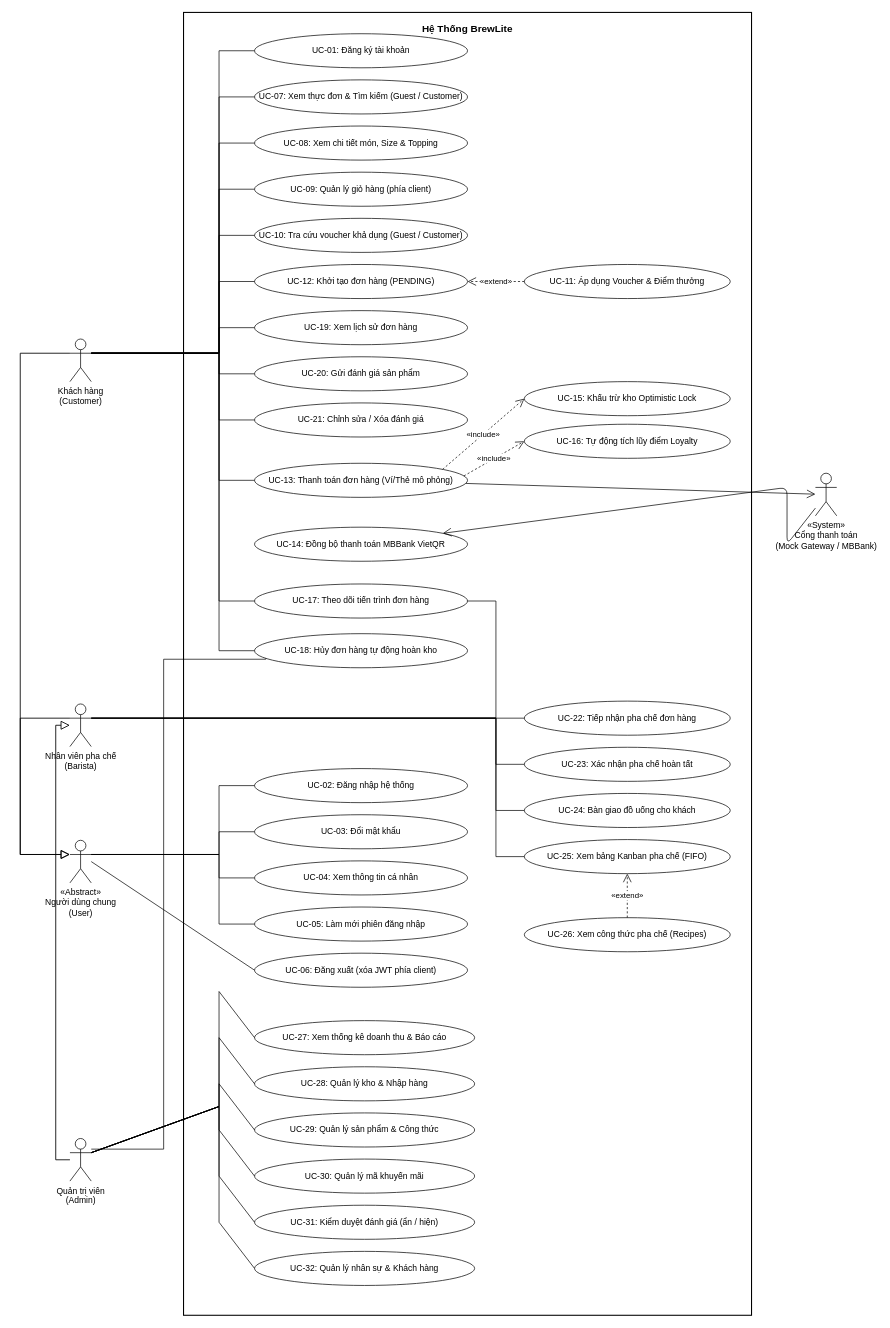
Earlier version of the draw.io diagram docs/diagrams/usecases/01-usecase-overall.drawio (hanhdevsgu/BrewLite-Assignment2). Source tidied: cells renumbered, new cells numbered last; positions are measured from the earlier drawing's top-left corner, leaving out a move shared by most shapes. Both pictures are drawn from the tidied source at 71%, with x=0, y=0 at pixel (20, 12).
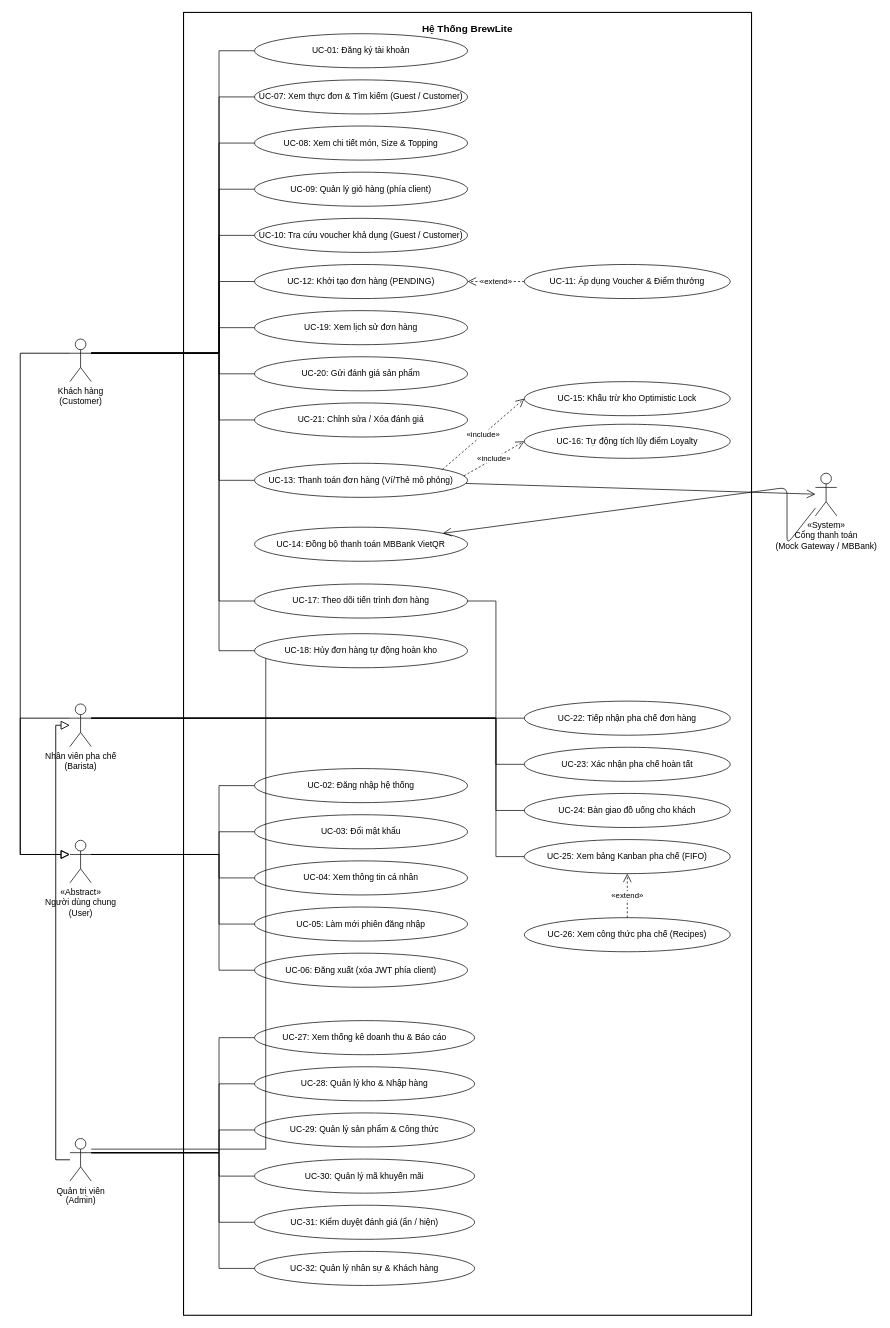
After the change.

Commit message (it also covers changes not shown here):
fix(usecase): align Admin bus waypoints and UC-06 bus in Usecase 01

Unchanged cells that the change refers to:
```xml
<mxCell id="5" value="«Abstract»&lt;br&gt;Người dùng chung&lt;br&gt;(User)" style="shape=umlActor;verticalLabelPosition=bottom;verticalAlign=top;html=1;outlineConnect=0;fillColor=#ffffff;strokeColor=#000000;fontSize=12;" parent="1" vertex="1">
  <mxGeometry x="70" y="1166" width="30" height="60" as="geometry" />
</mxCell>
<mxCell id="6" value="Quản trị viên&lt;br&gt;(Admin)" style="shape=umlActor;verticalLabelPosition=bottom;verticalAlign=top;html=1;outlineConnect=0;fillColor=#ffffff;strokeColor=#000000;fontSize=12;" parent="1" vertex="1">
  <mxGeometry x="70" y="1586" width="30" height="60" as="geometry" />
</mxCell>
<mxCell id="20" value="UC-18: Hủy đơn hàng tự động hoàn kho" style="ellipse;whiteSpace=wrap;html=1;fillColor=#ffffff;strokeColor=#000000;fontSize=12;" parent="1" vertex="1">
  <mxGeometry x="330" y="875" width="300" height="48" as="geometry" />
</mxCell>
<mxCell id="33" value="UC-27: Xem thống kê doanh thu &amp; Báo cáo" style="ellipse;whiteSpace=wrap;html=1;fillColor=#ffffff;strokeColor=#000000;fontSize=12;" parent="1" vertex="1">
  <mxGeometry x="330" y="1420" width="310" height="48" as="geometry" />
</mxCell>
<mxCell id="34" value="UC-28: Quản lý kho &amp; Nhập hàng" style="ellipse;whiteSpace=wrap;html=1;fillColor=#ffffff;strokeColor=#000000;fontSize=12;" parent="1" vertex="1">
  <mxGeometry x="330" y="1485" width="310" height="48" as="geometry" />
</mxCell>
<mxCell id="35" value="UC-29: Quản lý sản phẩm &amp; Công thức" style="ellipse;whiteSpace=wrap;html=1;fillColor=#ffffff;strokeColor=#000000;fontSize=12;" parent="1" vertex="1">
  <mxGeometry x="330" y="1550" width="310" height="48" as="geometry" />
</mxCell>
<mxCell id="36" value="UC-30: Quản lý mã khuyến mãi" style="ellipse;whiteSpace=wrap;html=1;fillColor=#ffffff;strokeColor=#000000;fontSize=12;" parent="1" vertex="1">
  <mxGeometry x="330" y="1615" width="310" height="48" as="geometry" />
</mxCell>
<mxCell id="37" value="UC-31: Kiểm duyệt đánh giá (ẩn / hiện)" style="ellipse;whiteSpace=wrap;html=1;fillColor=#ffffff;strokeColor=#000000;fontSize=12;" parent="1" vertex="1">
  <mxGeometry x="330" y="1680" width="310" height="48" as="geometry" />
</mxCell>
<mxCell id="38" value="UC-32: Quản lý nhân sự &amp; Khách hàng" style="ellipse;whiteSpace=wrap;html=1;fillColor=#ffffff;strokeColor=#000000;fontSize=12;" parent="1" vertex="1">
  <mxGeometry x="330" y="1745" width="310" height="48" as="geometry" />
</mxCell>
<mxCell id="75" value="UC-06: Đăng xuất (xóa JWT phía client)" style="ellipse;whiteSpace=wrap;html=1;fillColor=#ffffff;strokeColor=#000000;fontSize=12;" parent="1" vertex="1">
  <mxGeometry x="330" y="1325" width="300" height="48" as="geometry" />
</mxCell>
```

The edit, as a diff of the source:
```diff
@@
     <mxCell id="60" style="endArrow=none;html=1;rounded=0;strokeColor=#000000;strokeWidth=1;exitX=1;exitY=0.3333;exitDx=0;exitDy=0;exitPerimeter=0;entryX=0;entryY=0.5;entryDx=0;entryDy=0;entryPerimeter=0;" parent="1" edge="1" source="6" target="33">
       <mxGeometry relative="1" as="geometry">
         <Array as="points">
-          <mxPoint x="280" y="1541" />
-          <mxPoint x="280" y="1379" />
+          <mxPoint x="280" y="1606" />
+          <mxPoint x="280" y="1444" />
         </Array>
       </mxGeometry>
     </mxCell>
     <mxCell id="61" style="endArrow=none;html=1;rounded=0;strokeColor=#000000;strokeWidth=1;exitX=1;exitY=0.3333;exitDx=0;exitDy=0;exitPerimeter=0;entryX=0;entryY=0.5;entryDx=0;entryDy=0;entryPerimeter=0;" parent="1" edge="1" source="6" target="34">
       <mxGeometry relative="1" as="geometry">
         <Array as="points">
-          <mxPoint x="280" y="1541" />
-          <mxPoint x="280" y="1444" />
+          <mxPoint x="280" y="1606" />
+          <mxPoint x="280" y="1509" />
         </Array>
       </mxGeometry>
     </mxCell>
     <mxCell id="62" style="endArrow=none;html=1;rounded=0;strokeColor=#000000;strokeWidth=1;exitX=1;exitY=0.3333;exitDx=0;exitDy=0;exitPerimeter=0;entryX=0;entryY=0.5;entryDx=0;entryDy=0;entryPerimeter=0;" parent="1" edge="1" source="6" target="35">
       <mxGeometry relative="1" as="geometry">
         <Array as="points">
-          <mxPoint x="280" y="1541" />
-          <mxPoint x="280" y="1509" />
+          <mxPoint x="280" y="1606" />
+          <mxPoint x="280" y="1574" />
         </Array>
       </mxGeometry>
     </mxCell>
     <mxCell id="63" style="endArrow=none;html=1;rounded=0;strokeColor=#000000;strokeWidth=1;exitX=1;exitY=0.3333;exitDx=0;exitDy=0;exitPerimeter=0;entryX=0;entryY=0.5;entryDx=0;entryDy=0;entryPerimeter=0;" parent="1" edge="1" source="6" target="36">
       <mxGeometry relative="1" as="geometry">
         <Array as="points">
-          <mxPoint x="280" y="1541" />
-          <mxPoint x="280" y="1574" />
+          <mxPoint x="280" y="1606" />
+          <mxPoint x="280" y="1639" />
         </Array>
       </mxGeometry>
     </mxCell>
     <mxCell id="64" style="endArrow=none;html=1;rounded=0;strokeColor=#000000;strokeWidth=1;exitX=1;exitY=0.3333;exitDx=0;exitDy=0;exitPerimeter=0;entryX=0;entryY=0.5;entryDx=0;entryDy=0;entryPerimeter=0;" parent="1" edge="1" source="6" target="37">
       <mxGeometry relative="1" as="geometry">
         <Array as="points">
-          <mxPoint x="280" y="1541" />
-          <mxPoint x="280" y="1639" />
+          <mxPoint x="280" y="1606" />
+          <mxPoint x="280" y="1704" />
         </Array>
       </mxGeometry>
     </mxCell>
     <mxCell id="65" style="endArrow=none;html=1;rounded=0;strokeColor=#000000;strokeWidth=1;exitX=1;exitY=0.3333;exitDx=0;exitDy=0;exitPerimeter=0;entryX=0;entryY=0.5;entryDx=0;entryDy=0;entryPerimeter=0;" parent="1" edge="1" source="6" target="38">
       <mxGeometry relative="1" as="geometry">
         <Array as="points">
-          <mxPoint x="280" y="1541" />
-          <mxPoint x="280" y="1704" />
+          <mxPoint x="280" y="1606" />
+          <mxPoint x="280" y="1769" />
         </Array>
       </mxGeometry>
     </mxCell>
@@
-    <mxCell id="76" style="endArrow=none;html=1;strokeColor=#000000;strokeWidth=1;exitX=1;exitY=0.5;exitDx=0;exitDy=0;entryX=0;entryY=0.5;entryDx=0;entryDy=0;" parent="1" edge="1" source="5" target="75">
-      <mxGeometry relative="1" as="geometry" />
+    <mxCell id="76" style="endArrow=none;html=1;rounded=0;strokeColor=#000000;strokeWidth=1;exitX=1;exitY=0.3333;exitDx=0;exitDy=0;exitPerimeter=0;entryX=0;entryY=0.5;entryDx=0;entryDy=0;entryPerimeter=0;" parent="1" edge="1" source="5" target="75">
+      <mxGeometry relative="1" as="geometry">
+        <Array as="points">
+          <mxPoint x="280" y="1186" />
+          <mxPoint x="280" y="1349" />
+        </Array>
+      </mxGeometry>
     </mxCell>
     <mxCell id="77" style="edgeStyle=orthogonalEdgeStyle;rounded=0;jettySize=auto;html=1;endArrow=none;strokeColor=#000000;strokeWidth=1;exitX=1;exitY=0.25;exitDx=0;exitDy=0;entryX=0;entryY=0.75;entryDx=0;entryDy=0;" parent="1" edge="1" source="6" target="20">
-      <mxGeometry relative="1" as="geometry">
-        <Array as="points">
-          <mxPoint x="202" y="1601" />
-          <mxPoint x="202" y="911" />
-        </Array>
-      </mxGeometry>
+      <mxGeometry relative="1" as="geometry" />
     </mxCell>
```
